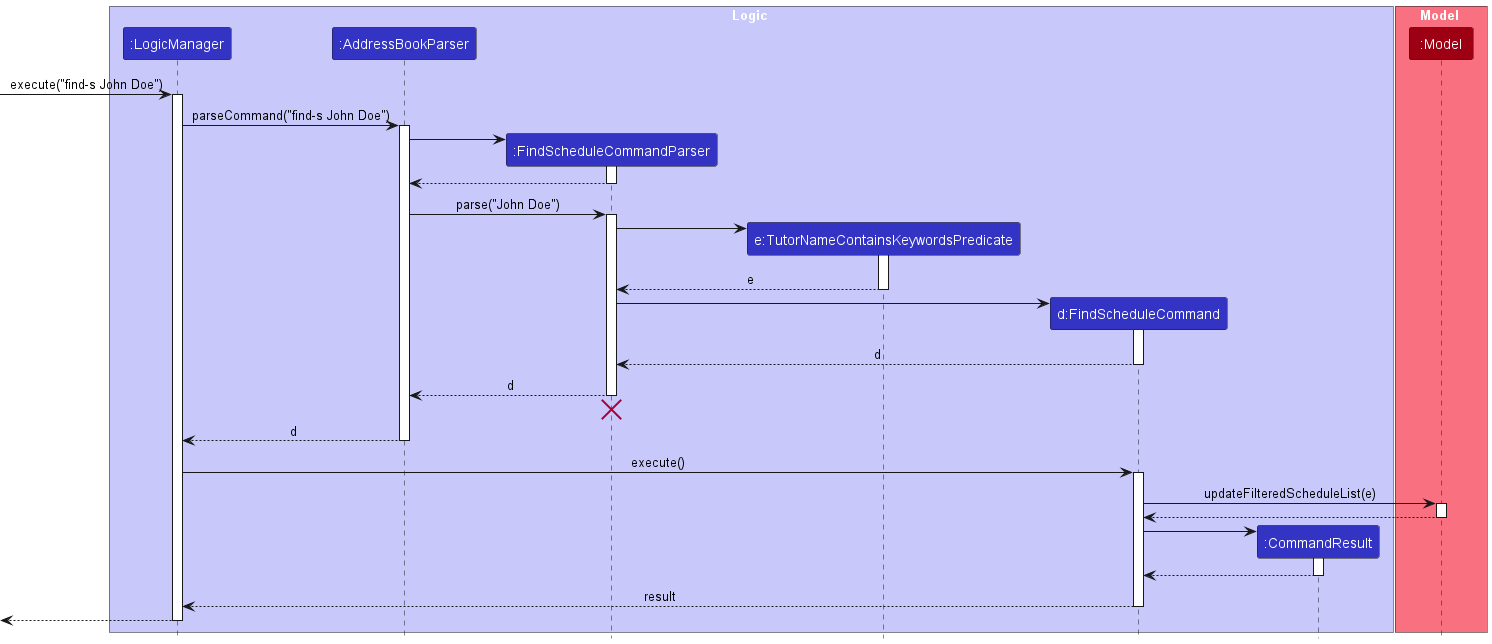
Earlier version of the PlantUML export docs/images/FindScheduleSequenceDiagram.png (nus-cs2103-AY2324S1/tp).
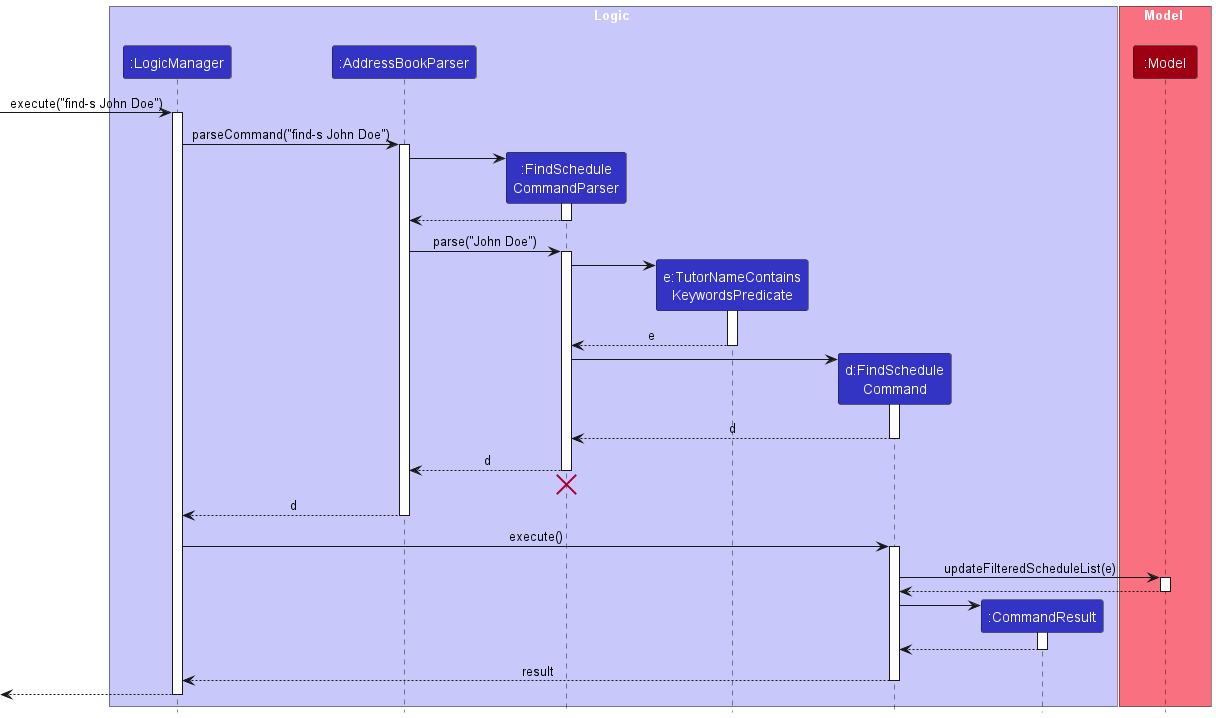
Later version of the same file.

Commit message:
Update list-s find-s, mark, unmark, delete-s

The edit, as a diff of the source:
```diff
@@ -5,9 +5,9 @@
 box Logic LOGIC_COLOR_T1
 participant ":LogicManager" as LogicManager LOGIC_COLOR
 participant ":AddressBookParser" as AddressBookParser LOGIC_COLOR
-participant ":FindScheduleCommandParser" as FindScheduleCommandParser LOGIC_COLOR
-participant "e:TutorNameContainsKeywordsPredicate" as TutorNameContainsKeywordsPredicate LOGIC_COLOR
-participant "d:FindScheduleCommand" as FindScheduleCommand LOGIC_COLOR
+participant ":FindSchedule\nCommandParser" as FindScheduleCommandParser LOGIC_COLOR
+participant "e:TutorNameContains\nKeywordsPredicate" as TutorNameContainsKeywordsPredicate LOGIC_COLOR
+participant "d:FindSchedule\nCommand" as FindScheduleCommand LOGIC_COLOR
 participant ":CommandResult" as CommandResult LOGIC_COLOR
 end box
 
```
